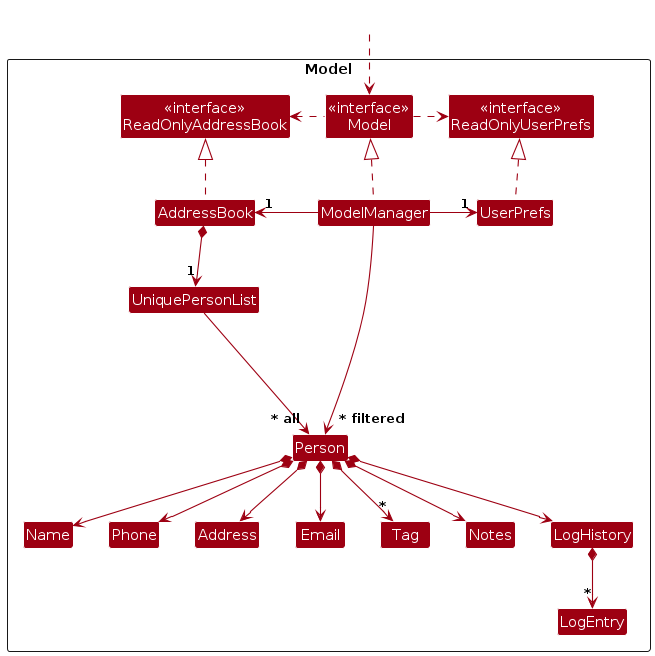
Before: diagrams/ModelClassDiagram.png, a diagram exported from PlantUML (AY2526S2-CS2103-F09-4/tp). Its source is kept beside it as diagrams/ModelClassDiagram.puml.
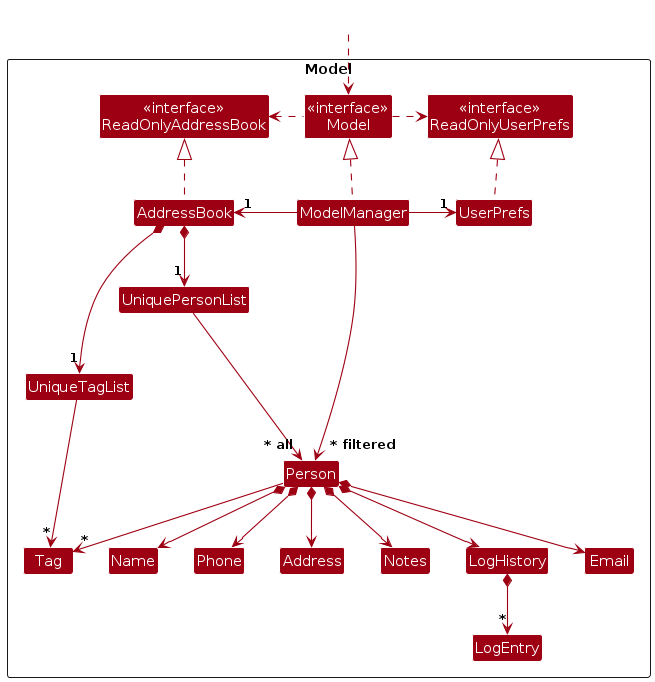
After the change.

What changed in the source:
```diff
@@ -13,6 +13,7 @@
 Class UserPrefs
 
 Class UniquePersonList
+Class UniqueTagList
 Class Person
 Class Address
 Class Email
@@ -39,14 +40,16 @@
 UserPrefs .up.|> ReadOnlyUserPrefs
 
 AddressBook *--> "1" UniquePersonList
+AddressBook *--> "1" UniqueTagList
+UniqueTagList -right-> "*" Tag
 UniquePersonList --> "~* all" Person
 Person *--> Name
 Person *--> Phone
 Person *--> Email
 Person *--> Address
-Person *--> "*" Tag
 Person *--> Notes
 Person *--> LogHistory
+Person --> "*" Tag
 LogHistory *--> "*" LogEntry
 
 Person -[hidden]up--> I
```
